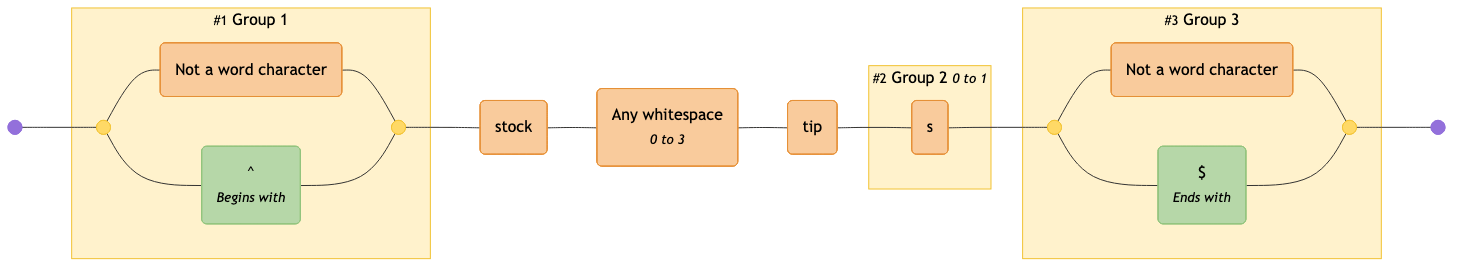
Before: diagrams/stocks.mermaid-diagram.png, a diagram exported from Mermaid (tayles/regex-to-mermaid). Its source is kept beside it as diagrams/stocks.mermaid.
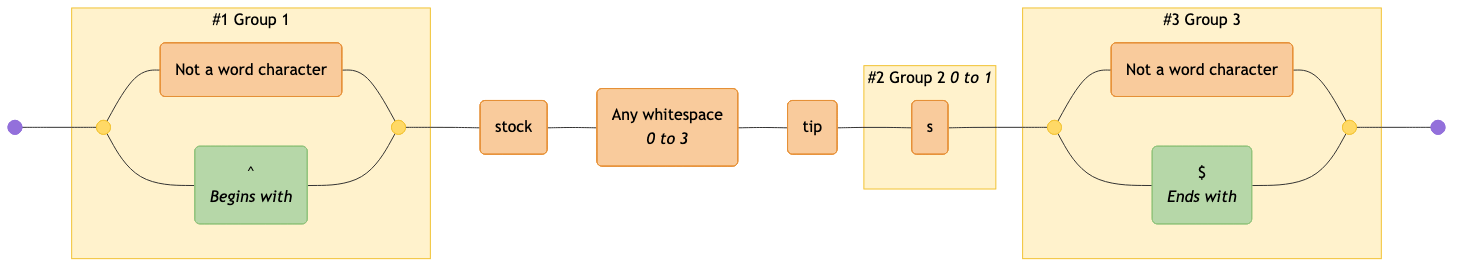
Above is the later version.

The edit, as a diff of the source:
```diff
@@ -7,28 +7,28 @@
   disjunction_begin_1:::disjunction@{ shape: f-circ };
   disjunction_end_1:::disjunction@{ shape: f-circ };
   literal_1("Not a word character"):::literal;
-  assertion_1("^<br><i><small>Begins with</small></i>"):::assertion;
+  assertion_1("^<br><i>Begins with</i>"):::assertion;
   literal_2("stock"):::literal;
-  literal_3("Any whitespace<br><i><small>0 to 3</small></i>"):::literal;
+  literal_3("Any whitespace<br><i>0 to 3</i>"):::literal;
   literal_4("tip"):::literal;
   literal_5("s"):::literal;
   disjunction_begin_2:::disjunction@{ shape: f-circ };
   disjunction_end_2:::disjunction@{ shape: f-circ };
   literal_6("Not a word character"):::literal;
-  assertion_2("$<br><i><small>Ends with</small></i>"):::assertion;
+  assertion_2("$<br><i>Ends with</i>"):::assertion;
 
-  subgraph standard_1 ["<small>#1</small> Group 1"]
+  subgraph standard_1 ["#1 Group 1"]
     disjunction_begin_1
     disjunction_end_1
     literal_1
     assertion_1
   end
 
-  subgraph standard_2 ["<small>#2</small> Group 2 <small><i>0 to 1</i></small>"]
+  subgraph standard_2 ["#2 Group 2 <i>0 to 1</i>"]
     literal_5
   end
 
-  subgraph standard_3 ["<small>#3</small> Group 3"]
+  subgraph standard_3 ["#3 Group 3"]
     disjunction_begin_2
     disjunction_end_2
     literal_6
```
